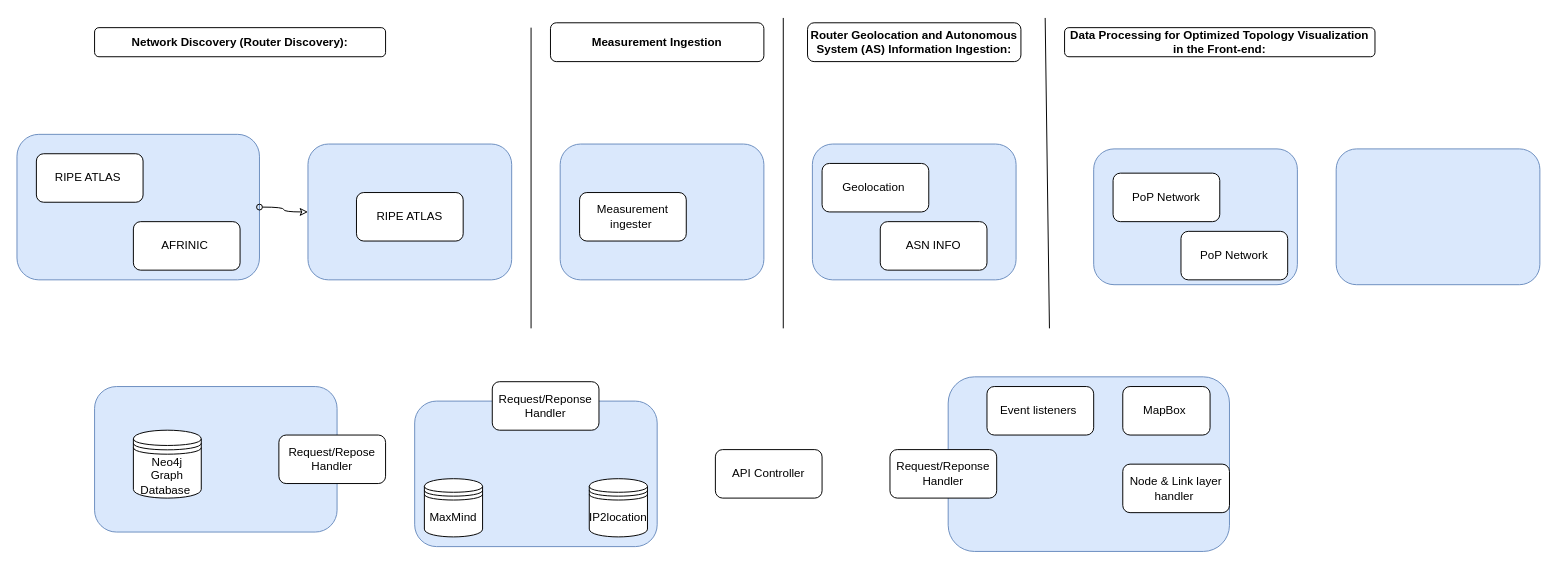
This is systemArchitecture.drawio from EliasSih/MAIT-, a draw.io file, before an edit. Source tidied: cells renumbered, new cells numbered last; positions are measured from the earlier drawing's top-left corner, leaving out a move shared by most shapes. Both pictures are drawn from the tidied source at 97%, with x=0, y=0 at pixel (16, 17).
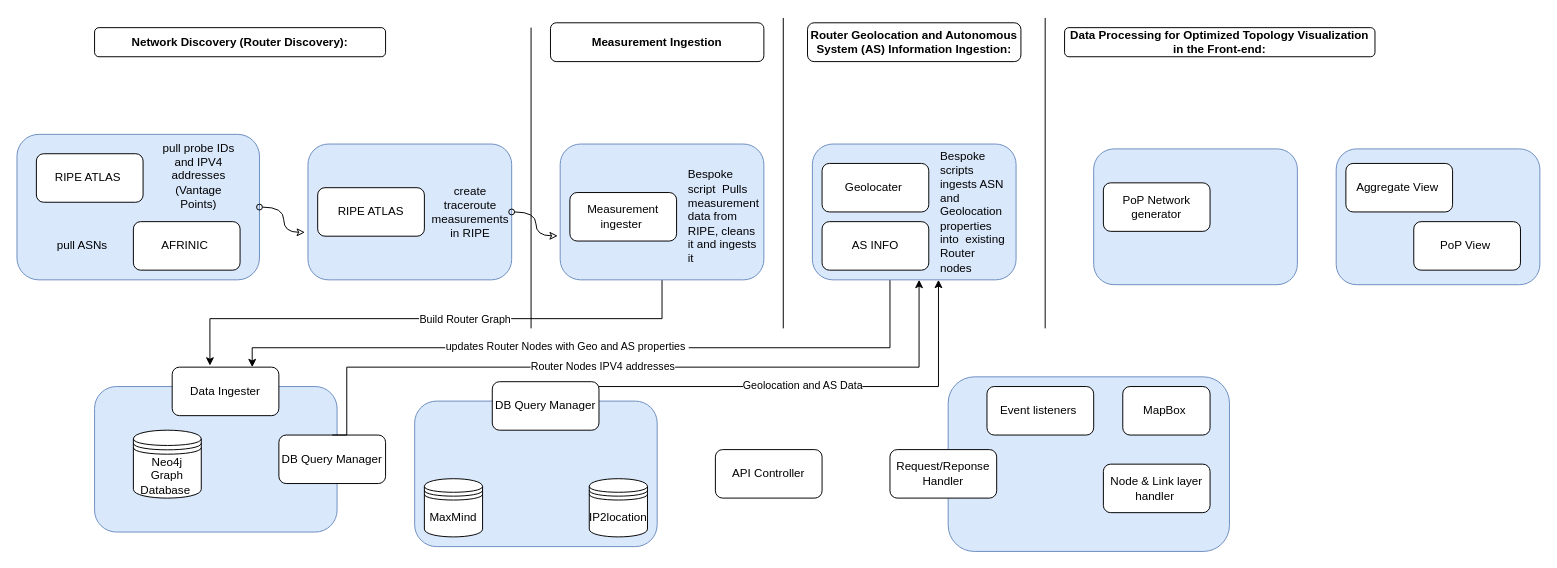
Above is the later version.

The change refers to these unchanged cells:
```xml
<mxCell id="2" style="rounded=1;whiteSpace=wrap;html=1;fillColor=#dae8fc;strokeColor=#6c8ebf;" parent="1" vertex="1">
  <mxGeometry x="300" y="130" width="210" height="140" as="geometry" />
</mxCell>
<mxCell id="3" style="rounded=1;whiteSpace=wrap;html=1;fillColor=#dae8fc;strokeColor=#6c8ebf;" parent="1" vertex="1">
  <mxGeometry y="120" width="250" height="150" as="geometry" />
</mxCell>
<mxCell id="10" style="rounded=1;whiteSpace=wrap;html=1;fillColor=#dae8fc;strokeColor=#6c8ebf;" parent="1" vertex="1">
  <mxGeometry x="560" y="130" width="210" height="140" as="geometry" />
</mxCell>
<mxCell id="11" style="rounded=1;whiteSpace=wrap;html=1;fillColor=#dae8fc;strokeColor=#6c8ebf;" parent="1" vertex="1">
  <mxGeometry x="820" y="130" width="210" height="140" as="geometry" />
</mxCell>
<mxCell id="23" style="group;" parent="1" vertex="1">
  <mxGeometry x="420" y="395" width="300" height="150" as="geometry" />
</mxCell>
```

What changed in the source:
```diff
@@
-    <mxCell id="4" style="rounded=0;jettySize=auto;html=1;exitX=1;exitY=0.5;exitDx=0;exitDy=0;startArrow=oval;startFill=0;endArrow=classic;endFill=0;edgeStyle=orthogonalEdgeStyle;curved=1;" parent="1" edge="1" source="3" target="2">
+    <mxCell id="4" style="rounded=0;jettySize=auto;html=1;exitX=1;exitY=0.5;exitDx=0;exitDy=0;startArrow=oval;startFill=0;endArrow=classic;endFill=0;edgeStyle=orthogonalEdgeStyle;curved=1;entryX=-0.015;entryY=0.65;entryDx=0;entryDy=0;entryPerimeter=0;" parent="1" edge="1" source="3" target="2">
       <mxGeometry relative="1" as="geometry" />
     </mxCell>
@@
     <mxCell id="7" value="RIPE ATLAS" style="rounded=1;whiteSpace=wrap;html=1;" parent="1" vertex="1">
-      <mxGeometry x="350" y="180" width="110" height="50" as="geometry" />
+      <mxGeometry x="310" y="175" width="110" height="50" as="geometry" />
     </mxCell>
@@
+    <mxCell id="38" style="edgeStyle=orthogonalEdgeStyle;rounded=0;jettySize=auto;html=1;entryX=0.354;entryY=-0.033;entryDx=0;entryDy=0;entryPerimeter=0;" parent="1" edge="1" source="10" target="52">
+      <mxGeometry relative="1" as="geometry">
+        <Array as="points">
+          <mxPoint x="665" y="310" />
+          <mxPoint x="199" y="310" />
+        </Array>
+      </mxGeometry>
+    </mxCell>
+    <mxCell id="39" value="Build Router Graph" style="edgeLabel;html=1;align=center;verticalAlign=middle;" parent="38" vertex="1">
+      <mxGeometry x="-0.12" relative="1" as="geometry" />
+    </mxCell>
@@
+    <mxCell id="40" style="edgeStyle=orthogonalEdgeStyle;rounded=0;jettySize=auto;html=1;entryX=0.75;entryY=0;entryDx=0;entryDy=0;" parent="1" edge="1" source="11" target="52">
+      <mxGeometry relative="1" as="geometry">
+        <Array as="points">
+          <mxPoint x="900" y="340" />
+          <mxPoint x="242" y="340" />
+        </Array>
+      </mxGeometry>
+    </mxCell>
+    <mxCell id="41" value="updates Router Nodes with Geo and AS properties&amp;nbsp;" style="edgeLabel;html=1;align=center;verticalAlign=middle;" parent="40" vertex="1">
+      <mxGeometry x="0.08" y="-2" relative="1" as="geometry" />
+    </mxCell>
@@
     <mxCell id="12" value="Measurement ingester&amp;nbsp;" style="rounded=1;whiteSpace=wrap;html=1;" parent="1" vertex="1">
-      <mxGeometry x="580" y="180" width="110" height="50" as="geometry" />
+      <mxGeometry x="570" y="180" width="110" height="50" as="geometry" />
     </mxCell>
-    <mxCell id="13" value="Geolocation&amp;nbsp;" style="rounded=1;whiteSpace=wrap;html=1;" parent="1" vertex="1">
+    <mxCell id="13" value="Geolocater&amp;nbsp;" style="rounded=1;whiteSpace=wrap;html=1;" parent="1" vertex="1">
       <mxGeometry x="830" y="150" width="110" height="50" as="geometry" />
     </mxCell>
-    <mxCell id="14" value="ASN INFO" style="rounded=1;whiteSpace=wrap;html=1;" parent="1" vertex="1">
-      <mxGeometry x="890" y="210" width="110" height="50" as="geometry" />
+    <mxCell id="14" value="AS INFO" style="rounded=1;whiteSpace=wrap;html=1;" parent="1" vertex="1">
+      <mxGeometry x="830" y="210" width="110" height="50" as="geometry" />
     </mxCell>
@@
-    <mxCell id="16" value="PoP Network" style="rounded=1;whiteSpace=wrap;html=1;" parent="1" vertex="1">
-      <mxGeometry x="1130" y="160" width="110" height="50" as="geometry" />
-    </mxCell>
-    <mxCell id="17" value="PoP Network" style="rounded=1;whiteSpace=wrap;html=1;" parent="1" vertex="1">
-      <mxGeometry x="1200" y="220" width="110" height="50" as="geometry" />
+    <mxCell id="17" value="PoP Network&lt;br&gt;generator" style="rounded=1;whiteSpace=wrap;html=1;" parent="1" vertex="1">
+      <mxGeometry x="1120" y="170" width="110" height="50" as="geometry" />
     </mxCell>
@@
     <mxCell id="20" value="Node &amp;amp; Link layer&lt;br&gt;handler&amp;nbsp;" style="rounded=1;whiteSpace=wrap;html=1;" parent="1" vertex="1">
-      <mxGeometry x="1140" y="460" width="110" height="50" as="geometry" />
+      <mxGeometry x="1120" y="460" width="110" height="50" as="geometry" />
     </mxCell>
@@
-    <mxCell id="26" value="Request/Reponse Handler" style="rounded=1;whiteSpace=wrap;html=1;" parent="23" vertex="1">
+    <mxCell id="26" value="DB Query Manager" style="rounded=1;whiteSpace=wrap;html=1;" parent="23" vertex="1">
       <mxGeometry x="70" y="-20" width="110" height="50" as="geometry" />
     </mxCell>
@@
-    <mxCell id="28" value="Request/Repose Handler" style="rounded=1;whiteSpace=wrap;html=1;" parent="1" vertex="1">
+    <mxCell id="28" value="DB Query Manager" style="rounded=1;whiteSpace=wrap;html=1;" parent="1" vertex="1">
       <mxGeometry x="270" y="430" width="110" height="50" as="geometry" />
     </mxCell>
@@
     <mxCell id="31" style="endArrow=none;html=1;rounded=0;" parent="1" edge="1">
       <mxGeometry relative="1" as="geometry">
-        <mxPoint x="1064.4" y="320" as="sourcePoint" />
+        <mxPoint x="1060" y="320" as="sourcePoint" />
         <mxPoint x="1060" as="targetPoint" />
       </mxGeometry>
     </mxCell>
@@
+    <mxCell id="42" value="Aggregate View&amp;nbsp;" style="rounded=1;whiteSpace=wrap;html=1;" parent="1" vertex="1">
+      <mxGeometry x="1370" y="150" width="110" height="50" as="geometry" />
+    </mxCell>
+    <mxCell id="43" value="PoP View&amp;nbsp;" style="rounded=1;whiteSpace=wrap;html=1;" parent="1" vertex="1">
+      <mxGeometry x="1440" y="210" width="110" height="50" as="geometry" />
+    </mxCell>
+    <mxCell id="44" value="pull probe IDs and IPV4 addresses&lt;br&gt;(Vantage Points)" style="text;html=1;strokeColor=none;fillColor=none;align=center;verticalAlign=middle;whiteSpace=wrap;rounded=0;" parent="1" vertex="1">
+      <mxGeometry x="145" y="145" width="85" height="35" as="geometry" />
+    </mxCell>
+    <mxCell id="45" value="pull ASNs" style="text;html=1;strokeColor=none;fillColor=none;align=center;verticalAlign=middle;whiteSpace=wrap;rounded=0;" parent="1" vertex="1">
+      <mxGeometry x="30" y="217.5" width="75" height="35" as="geometry" />
+    </mxCell>
+    <mxCell id="46" value="create traceroute measurements in RIPE" style="text;html=1;strokeColor=none;fillColor=none;align=center;verticalAlign=middle;whiteSpace=wrap;rounded=0;" parent="1" vertex="1">
+      <mxGeometry x="430" y="182.5" width="75" height="35" as="geometry" />
+    </mxCell>
+    <mxCell id="47" style="rounded=0;jettySize=auto;html=1;startArrow=oval;startFill=0;endArrow=classic;endFill=0;edgeStyle=orthogonalEdgeStyle;curved=1;exitX=1;exitY=0.5;exitDx=0;exitDy=0;entryX=-0.012;entryY=0.676;entryDx=0;entryDy=0;entryPerimeter=0;" parent="1" edge="1" source="2" target="10">
+      <mxGeometry relative="1" as="geometry" />
+    </mxCell>
+    <mxCell id="48" value="Bespoke script&amp;nbsp; Pulls measurement data from RIPE, cleans it and ingests it" style="text;html=1;strokeColor=none;fillColor=none;align=left;verticalAlign=middle;whiteSpace=wrap;rounded=0;" parent="1" vertex="1">
+      <mxGeometry x="690" y="165" width="75" height="80" as="geometry" />
+    </mxCell>
+    <mxCell id="49" value="Bespoke scripts ingests ASN and Geolocation properties into&amp;nbsp; existing Router nodes&amp;nbsp;" style="text;html=1;strokeColor=none;fillColor=none;align=left;verticalAlign=middle;whiteSpace=wrap;rounded=0;" parent="1" vertex="1">
+      <mxGeometry x="950" y="160" width="75" height="80" as="geometry" />
+    </mxCell>
+    <mxCell id="50" style="edgeStyle=orthogonalEdgeStyle;rounded=0;jettySize=auto;html=1;exitX=0.5;exitY=0;exitDx=0;exitDy=0;" parent="1" edge="1" source="28">
+      <mxGeometry relative="1" as="geometry">
+        <mxPoint x="930" y="270" as="targetPoint" />
+        <Array as="points">
+          <mxPoint x="340" y="430" />
+          <mxPoint x="340" y="360" />
+          <mxPoint x="930" y="360" />
+          <mxPoint x="930" y="272" />
+        </Array>
+      </mxGeometry>
+    </mxCell>
+    <mxCell id="51" value="Router Nodes IPV4 addresses" style="edgeLabel;html=1;align=center;verticalAlign=middle;" parent="50" vertex="1">
+      <mxGeometry x="-0.09" y="2" relative="1" as="geometry" />
+    </mxCell>
+    <mxCell id="52" value="Data Ingester" style="rounded=1;whiteSpace=wrap;html=1;" parent="1" vertex="1">
+      <mxGeometry x="160" y="360" width="110" height="50" as="geometry" />
+    </mxCell>
+    <mxCell id="53" style="edgeStyle=orthogonalEdgeStyle;rounded=0;jettySize=auto;html=1;" parent="1" edge="1" source="26">
+      <mxGeometry relative="1" as="geometry">
+        <mxPoint x="950" y="270" as="targetPoint" />
+        <Array as="points">
+          <mxPoint x="950" y="380" />
+          <mxPoint x="950" y="270" />
+        </Array>
+      </mxGeometry>
+    </mxCell>
+    <mxCell id="54" value="Geolocation and AS Data" style="edgeLabel;html=1;align=center;verticalAlign=middle;" parent="53" vertex="1">
+      <mxGeometry x="-0.09" y="2" relative="1" as="geometry" />
+    </mxCell>
```
